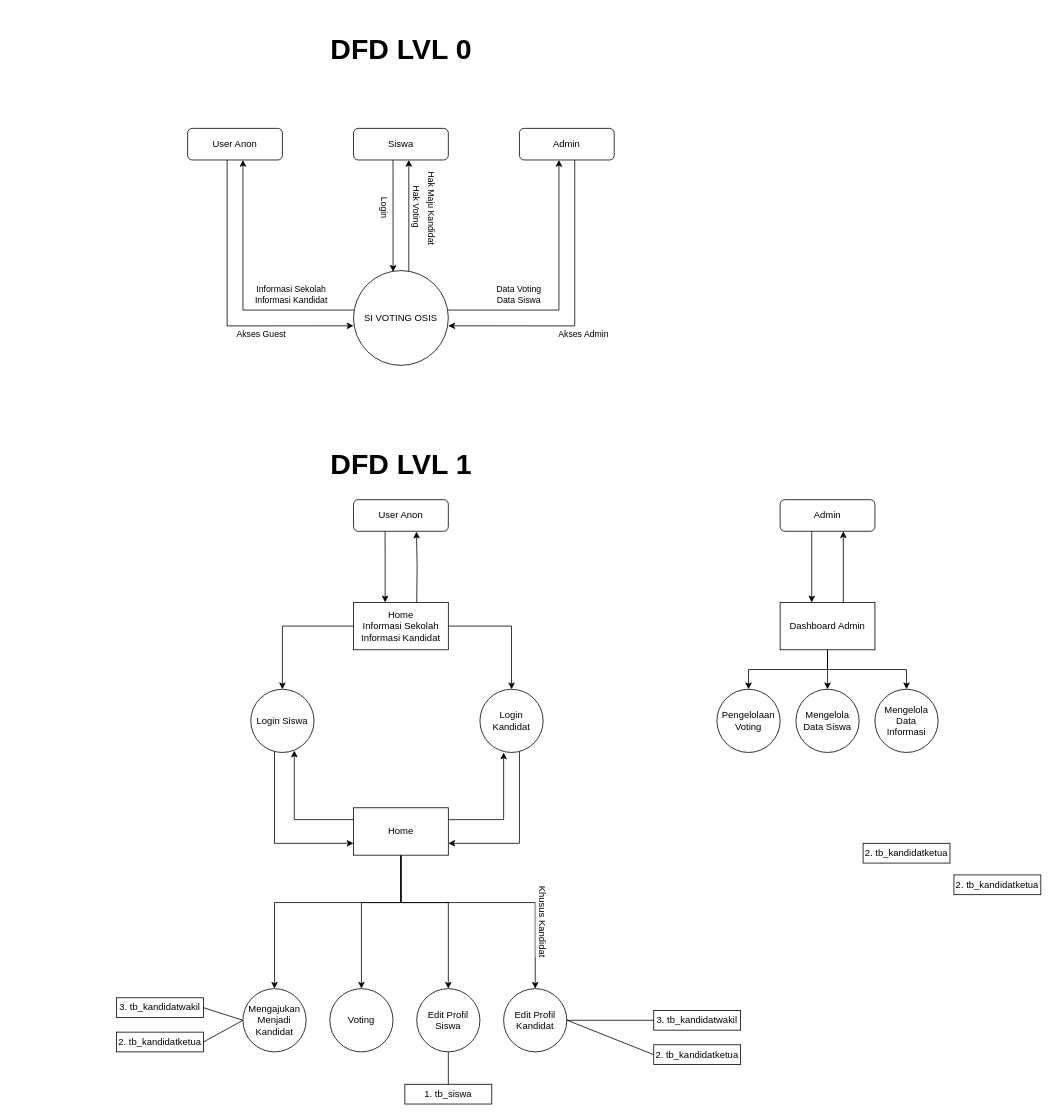
The draw.io diagram page "DFD LVL 0, 1" (1 of 3) of DFD Voting OSIS.drawio in bintang-prayoga/erd-voting-osis, before the edit. Source tidied: cells renumbered, new cells numbered last; positions are measured from the earlier drawing's top-left corner, leaving out a move shared by most shapes. Both pictures are drawn from the tidied source at 79%, with x=0, y=0 at pixel (116, 13).
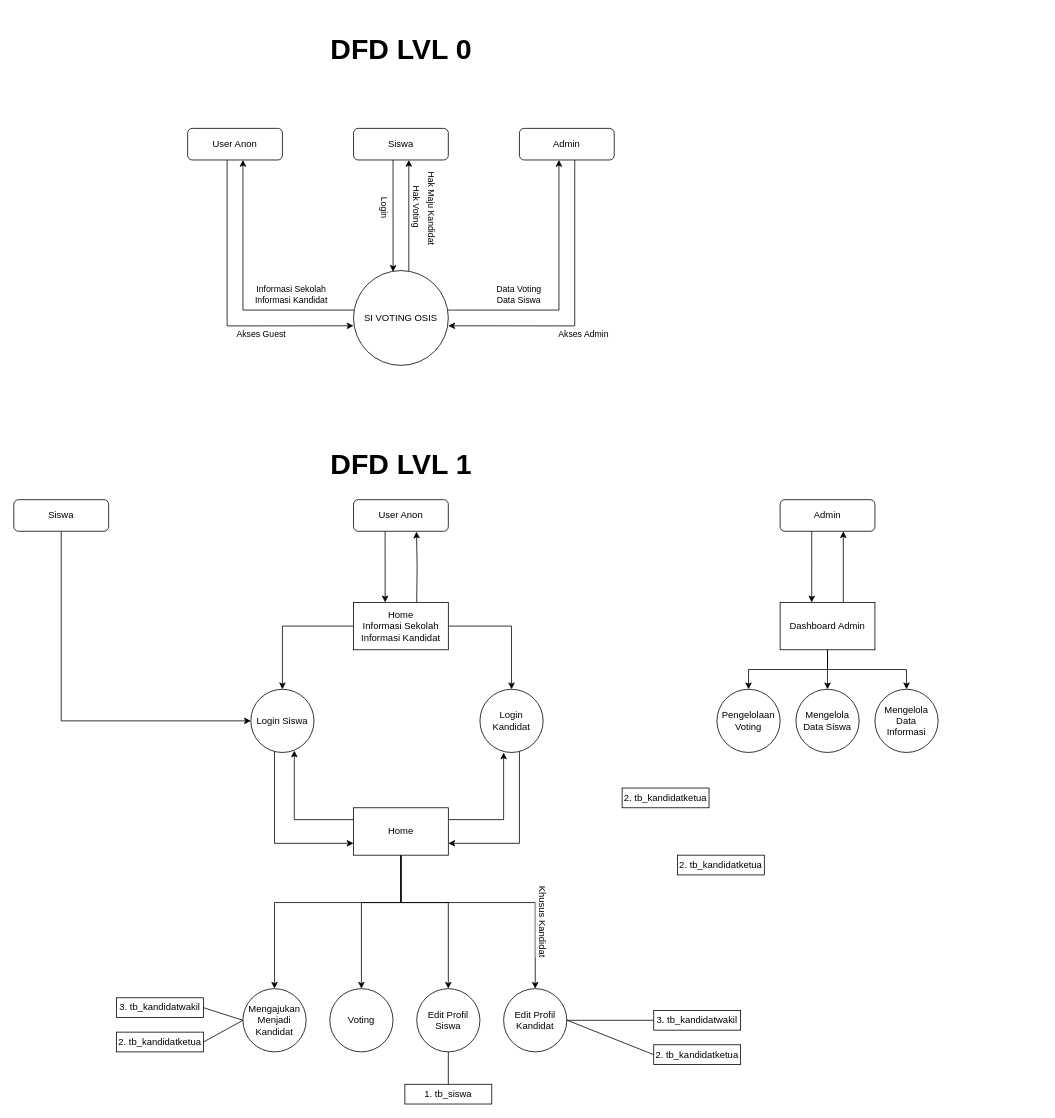
Above is the later version.

Unchanged cells that the change refers to:
```xml
<mxCell id="25" value="Login Siswa" style="ellipse;whiteSpace=wrap;html=1;fontFamily=Helvetica;fontSize=12;" parent="1" vertex="1">
  <mxGeometry x="170" y="855" width="80" height="80" as="geometry" />
</mxCell>
```

Diff of the diagram source:
```diff
@@
     <mxCell id="54" value="2. tb_kandidatketua" style="rounded=0;whiteSpace=wrap;html=1;shadow=0;" parent="1" vertex="1">
-      <mxGeometry x="945" y="1050" width="110" height="25" as="geometry" />
+      <mxGeometry x="640" y="980" width="110" height="25" as="geometry" />
     </mxCell>
     <mxCell id="55" value="2. tb_kandidatketua" style="rounded=0;whiteSpace=wrap;html=1;shadow=0;" parent="1" vertex="1">
-      <mxGeometry x="1060" y="1090" width="110" height="25" as="geometry" />
+      <mxGeometry x="710" y="1065" width="110" height="25" as="geometry" />
     </mxCell>
@@
+    <mxCell id="64" style="edgeStyle=orthogonalEdgeStyle;rounded=0;jettySize=auto;html=1;entryX=0;entryY=0.5;entryDx=0;entryDy=0;" parent="1" edge="1" source="65" target="25">
+      <mxGeometry relative="1" as="geometry">
+        <Array as="points">
+          <mxPoint x="-70" y="895" />
+        </Array>
+      </mxGeometry>
+    </mxCell>
+    <mxCell id="65" value="Siswa" style="rounded=1;whiteSpace=wrap;html=1;fontSize=12;glass=0;strokeWidth=1;shadow=0;" parent="1" vertex="1">
+      <mxGeometry x="-130" y="615" width="120" height="40" as="geometry" />
+    </mxCell>
```
